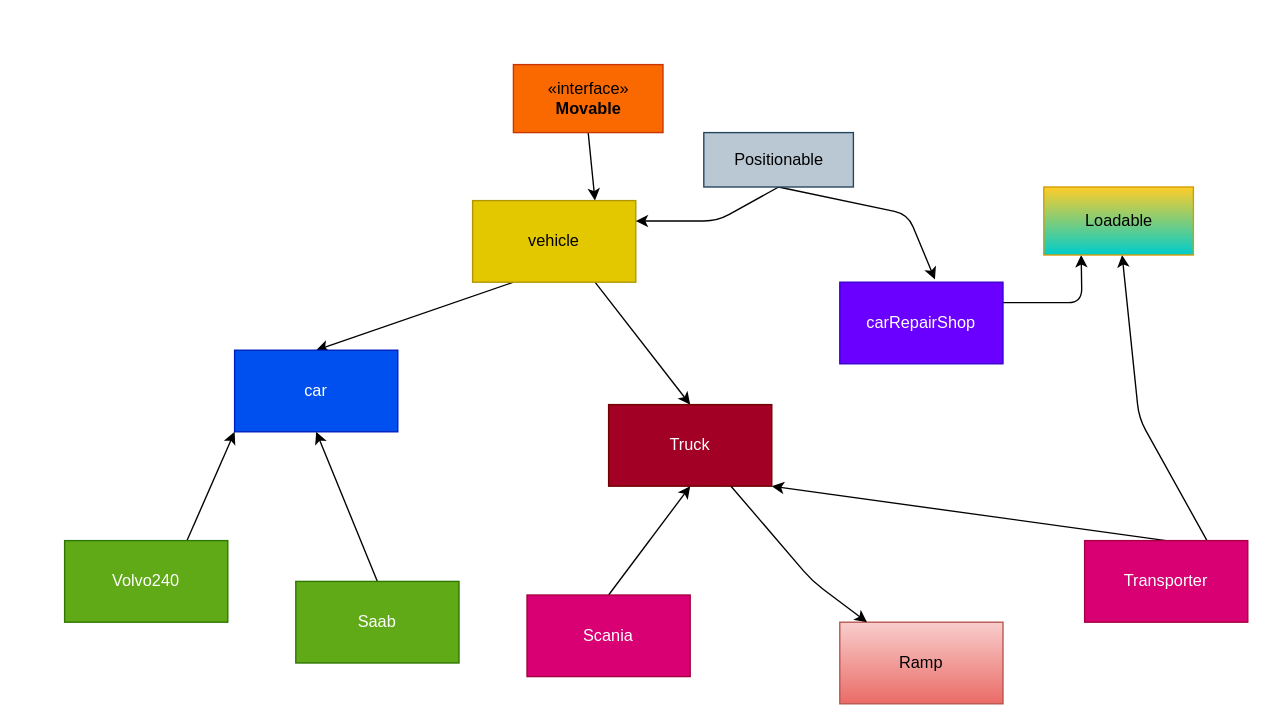
Earlier version of the draw.io diagram blablalbalba.drawio (erikpersson0884/TDA553-Lab2). Source tidied: cells renumbered, new cells numbered last; positions are measured from the earlier drawing's top-left corner, leaving out a move shared by most shapes. Both pictures are drawn from the tidied source at 136%, with x=0, y=0 at pixel (64, 64).
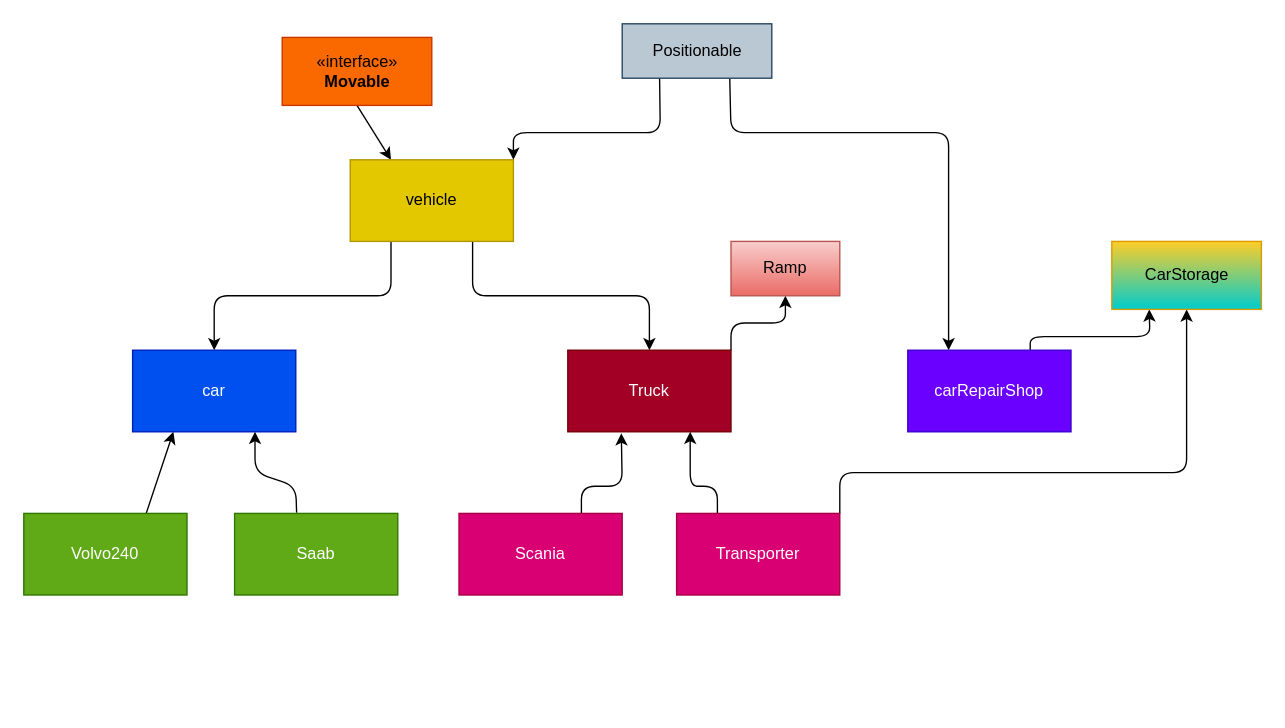
After the change.

The edit, as a diff of the source:
```diff
@@
-    <mxCell id="2" style="edgeStyle=none;html=1;exitX=0.25;exitY=1;exitDx=0;exitDy=0;entryX=0.5;entryY=0;entryDx=0;entryDy=0;" parent="1" edge="1" source="17" target="3">
-      <mxGeometry relative="1" as="geometry" />
+    <mxCell id="2" style="edgeStyle=none;html=1;entryX=0.5;entryY=0;entryDx=0;entryDy=0;" parent="1" edge="1" target="3">
+      <mxGeometry relative="1" as="geometry">
+        <mxPoint x="240" y="130" as="sourcePoint" />
+        <Array as="points">
+          <mxPoint x="240" y="170" />
+          <mxPoint x="110" y="170" />
+        </Array>
+      </mxGeometry>
     </mxCell>
     <mxCell id="3" value="car" style="rounded=0;whiteSpace=wrap;html=1;fillColor=#0050ef;fontColor=#ffffff;strokeColor=#001DBC;" parent="1" vertex="1">
-      <mxGeometry x="125" y="210" width="120" height="60" as="geometry" />
+      <mxGeometry x="50" y="210" width="120" height="60" as="geometry" />
     </mxCell>
     <mxCell id="4" style="edgeStyle=none;html=1;entryX=0.5;entryY=0;entryDx=0;entryDy=0;exitX=0.75;exitY=1;exitDx=0;exitDy=0;" parent="1" edge="1" source="17" target="5">
-      <mxGeometry relative="1" as="geometry" />
+      <mxGeometry relative="1" as="geometry">
+        <Array as="points">
+          <mxPoint x="300" y="170" />
+          <mxPoint x="430" y="170" />
+        </Array>
+      </mxGeometry>
     </mxCell>
+    <mxCell id="18" style="edgeStyle=none;html=1;exitX=1;exitY=0;exitDx=0;exitDy=0;entryX=0.5;entryY=1;entryDx=0;entryDy=0;" parent="1" edge="1" source="5" target="15">
+      <mxGeometry relative="1" as="geometry">
+        <Array as="points">
+          <mxPoint x="490" y="190" />
+          <mxPoint x="530" y="190" />
+        </Array>
+      </mxGeometry>
+    </mxCell>
     <mxCell id="5" value="Truck" style="rounded=0;whiteSpace=wrap;html=1;fillColor=#a20025;fontColor=#ffffff;strokeColor=#6F0000;" parent="1" vertex="1">
-      <mxGeometry x="400" y="250" width="120" height="60" as="geometry" />
+      <mxGeometry x="370" y="210" width="120" height="60" as="geometry" />
     </mxCell>
-    <mxCell id="6" style="edgeStyle=none;html=1;exitX=0.75;exitY=0;exitDx=0;exitDy=0;entryX=0;entryY=1;entryDx=0;entryDy=0;" parent="1" edge="1" source="7" target="3">
+    <mxCell id="6" style="edgeStyle=none;html=1;exitX=0.75;exitY=0;exitDx=0;exitDy=0;entryX=0.25;entryY=1;entryDx=0;entryDy=0;" parent="1" edge="1" source="7" target="3">
       <mxGeometry relative="1" as="geometry" />
     </mxCell>
     <mxCell id="7" value="Volvo240" style="rounded=0;whiteSpace=wrap;html=1;fillColor=#60a917;fontColor=#ffffff;strokeColor=#2D7600;" parent="1" vertex="1">
-      <mxGeometry y="350" width="120" height="60" as="geometry" />
+      <mxGeometry x="-30" y="330" width="120" height="60" as="geometry" />
     </mxCell>
-    <mxCell id="8" style="edgeStyle=none;html=1;exitX=0.5;exitY=0;exitDx=0;exitDy=0;entryX=0.5;entryY=1;entryDx=0;entryDy=0;" parent="1" edge="1" source="9" target="3">
-      <mxGeometry relative="1" as="geometry" />
+    <mxCell id="8" style="edgeStyle=none;html=1;exitX=0.38;exitY=-0.007;exitDx=0;exitDy=0;entryX=0.75;entryY=1;entryDx=0;entryDy=0;exitPerimeter=0;" parent="1" edge="1" source="9" target="3">
+      <mxGeometry relative="1" as="geometry">
+        <Array as="points">
+          <mxPoint x="170" y="310" />
+          <mxPoint x="140" y="300" />
+        </Array>
+      </mxGeometry>
     </mxCell>
     <mxCell id="9" value="Saab" style="rounded=0;whiteSpace=wrap;html=1;fillColor=#60a917;fontColor=#ffffff;strokeColor=#2D7600;" parent="1" vertex="1">
-      <mxGeometry x="170" y="380" width="120" height="60" as="geometry" />
+      <mxGeometry x="125" y="330" width="120" height="60" as="geometry" />
     </mxCell>
-    <mxCell id="10" style="edgeStyle=none;html=1;exitX=0.5;exitY=0;exitDx=0;exitDy=0;entryX=0.5;entryY=1;entryDx=0;entryDy=0;" parent="1" edge="1" source="11" target="5">
-      <mxGeometry relative="1" as="geometry" />
+    <mxCell id="10" style="edgeStyle=none;html=1;exitX=0.75;exitY=0;exitDx=0;exitDy=0;entryX=0.328;entryY=1.017;entryDx=0;entryDy=0;entryPerimeter=0;" parent="1" edge="1" source="11" target="5">
+      <mxGeometry relative="1" as="geometry">
+        <Array as="points">
+          <mxPoint x="380" y="310" />
+          <mxPoint x="410" y="310" />
+        </Array>
+      </mxGeometry>
     </mxCell>
     <mxCell id="11" value="Scania" style="rounded=0;whiteSpace=wrap;html=1;fillColor=#d80073;fontColor=#ffffff;strokeColor=#A50040;" parent="1" vertex="1">
-      <mxGeometry x="340" y="390" width="120" height="60" as="geometry" />
+      <mxGeometry x="290" y="330" width="120" height="60" as="geometry" />
     </mxCell>
-    <mxCell id="12" style="edgeStyle=none;html=1;exitX=0.5;exitY=0;exitDx=0;exitDy=0;entryX=1;entryY=1;entryDx=0;entryDy=0;" parent="1" edge="1" source="14" target="5">
-      <mxGeometry relative="1" as="geometry" />
+    <mxCell id="12" style="edgeStyle=none;html=1;exitX=0.25;exitY=0;exitDx=0;exitDy=0;entryX=0.75;entryY=1;entryDx=0;entryDy=0;" parent="1" edge="1" source="14" target="5">
+      <mxGeometry relative="1" as="geometry">
+        <Array as="points">
+          <mxPoint x="480" y="310" />
+          <mxPoint x="460" y="310" />
+        </Array>
+      </mxGeometry>
     </mxCell>
-    <mxCell id="13" style="edgeStyle=none;html=1;exitX=0.75;exitY=0;exitDx=0;exitDy=0;" parent="1" edge="1" source="14" target="25">
+    <mxCell id="13" style="edgeStyle=none;html=1;exitX=1;exitY=0;exitDx=0;exitDy=0;entryX=0.5;entryY=1;entryDx=0;entryDy=0;" parent="1" edge="1" source="14" target="25">
       <mxGeometry relative="1" as="geometry">
         <Array as="points">
-          <mxPoint x="790" y="260" />
+          <mxPoint x="570" y="300" />
+          <mxPoint x="825" y="300" />
         </Array>
       </mxGeometry>
     </mxCell>
     <mxCell id="14" value="Transporter" style="rounded=0;whiteSpace=wrap;html=1;fillColor=#d80073;fontColor=#ffffff;strokeColor=#A50040;" parent="1" vertex="1">
-      <mxGeometry x="750" y="350" width="120" height="60" as="geometry" />
+      <mxGeometry x="450" y="330" width="120" height="60" as="geometry" />
     </mxCell>
     <mxCell id="15" value="Ramp" style="rounded=0;whiteSpace=wrap;html=1;fillColor=#f8cecc;gradientColor=#ea6b66;strokeColor=#b85450;" parent="1" vertex="1">
-      <mxGeometry x="570" y="410" width="120" height="60" as="geometry" />
+      <mxGeometry x="490" y="130" width="80" height="40" as="geometry" />
     </mxCell>
-    <mxCell id="16" style="edgeStyle=none;html=1;exitX=0.5;exitY=1;exitDx=0;exitDy=0;entryX=0.75;entryY=0;entryDx=0;entryDy=0;" parent="1" edge="1" source="19" target="17">
+    <mxCell id="16" style="edgeStyle=none;html=1;exitX=0.5;exitY=1;exitDx=0;exitDy=0;entryX=0.25;entryY=0;entryDx=0;entryDy=0;" parent="1" edge="1" source="19" target="17">
       <mxGeometry relative="1" as="geometry" />
     </mxCell>
     <mxCell id="17" value="vehicle" style="rounded=0;whiteSpace=wrap;html=1;fillColor=#e3c800;fontColor=#000000;strokeColor=#B09500;" parent="1" vertex="1">
-      <mxGeometry x="300" y="100" width="120" height="60" as="geometry" />
+      <mxGeometry x="210" y="70" width="120" height="60" as="geometry" />
     </mxCell>
-    <mxCell id="18" style="edgeStyle=none;html=1;exitX=0.75;exitY=1;exitDx=0;exitDy=0;" parent="1" edge="1" source="5" target="15">
-      <mxGeometry relative="1" as="geometry">
-        <Array as="points">
-          <mxPoint x="550" y="380" />
-        </Array>
-      </mxGeometry>
-    </mxCell>
     <mxCell id="19" value="«interface»&lt;br&gt;&lt;b&gt;Movable&lt;/b&gt;" style="html=1;fillColor=#fa6800;fontColor=#000000;strokeColor=#C73500;" parent="1" vertex="1">
-      <mxGeometry x="330" width="110" height="50" as="geometry" />
+      <mxGeometry x="160" y="-20" width="110" height="50" as="geometry" />
     </mxCell>
-    <mxCell id="20" style="edgeStyle=none;html=1;exitX=0.5;exitY=1;exitDx=0;exitDy=0;entryX=1;entryY=0.25;entryDx=0;entryDy=0;" parent="1" edge="1" source="22" target="17">
+    <mxCell id="20" style="edgeStyle=none;html=1;exitX=0.25;exitY=1;exitDx=0;exitDy=0;entryX=1;entryY=0;entryDx=0;entryDy=0;" parent="1" edge="1" source="22" target="17">
       <mxGeometry relative="1" as="geometry">
         <Array as="points">
-          <mxPoint x="480" y="115" />
+          <mxPoint x="438" y="50" />
+          <mxPoint x="330" y="50" />
         </Array>
       </mxGeometry>
     </mxCell>
-    <mxCell id="21" style="edgeStyle=none;html=1;exitX=0.5;exitY=1;exitDx=0;exitDy=0;entryX=0.583;entryY=-0.033;entryDx=0;entryDy=0;entryPerimeter=0;" parent="1" edge="1" source="22" target="24">
+    <mxCell id="21" style="edgeStyle=none;html=1;exitX=0.719;exitY=1.008;exitDx=0;exitDy=0;entryX=0.25;entryY=0;entryDx=0;entryDy=0;exitPerimeter=0;" parent="1" edge="1" source="22" target="24">
       <mxGeometry relative="1" as="geometry">
         <Array as="points">
-          <mxPoint x="620" y="110" />
+          <mxPoint x="490" y="50" />
+          <mxPoint x="650" y="50" />
         </Array>
       </mxGeometry>
     </mxCell>
     <mxCell id="22" value="Positionable" style="html=1;fillColor=#bac8d3;strokeColor=#23445d;" parent="1" vertex="1">
-      <mxGeometry x="470" y="50" width="110" height="40" as="geometry" />
+      <mxGeometry x="410" y="-30" width="110" height="40" as="geometry" />
     </mxCell>
-    <mxCell id="23" style="edgeStyle=none;html=1;exitX=1;exitY=0.25;exitDx=0;exitDy=0;entryX=0.25;entryY=1;entryDx=0;entryDy=0;" parent="1" edge="1" source="24" target="25">
+    <mxCell id="23" style="edgeStyle=none;html=1;exitX=0.75;exitY=0;exitDx=0;exitDy=0;entryX=0.25;entryY=1;entryDx=0;entryDy=0;" parent="1" edge="1" source="24" target="25">
       <mxGeometry relative="1" as="geometry">
         <Array as="points">
-          <mxPoint x="748" y="175" />
+          <mxPoint x="710" y="200" />
+          <mxPoint x="798" y="200" />
         </Array>
       </mxGeometry>
     </mxCell>
     <mxCell id="24" value="carRepairShop" style="rounded=0;whiteSpace=wrap;html=1;fillColor=#6a00ff;fontColor=#ffffff;strokeColor=#3700CC;" parent="1" vertex="1">
-      <mxGeometry x="570" y="160" width="120" height="60" as="geometry" />
+      <mxGeometry x="620" y="210" width="120" height="60" as="geometry" />
     </mxCell>
-    <mxCell id="25" value="Loadable" style="html=1;fillColor=#ffcd28;gradientColor=#00CCCC;strokeColor=#d79b00;" parent="1" vertex="1">
-      <mxGeometry x="720" y="90" width="110" height="50" as="geometry" />
+    <mxCell id="25" value="CarStorage&lt;br&gt;" style="html=1;fillColor=#ffcd28;gradientColor=#00CCCC;strokeColor=#d79b00;" parent="1" vertex="1">
+      <mxGeometry x="770" y="130" width="110" height="50" as="geometry" />
     </mxCell>
```
